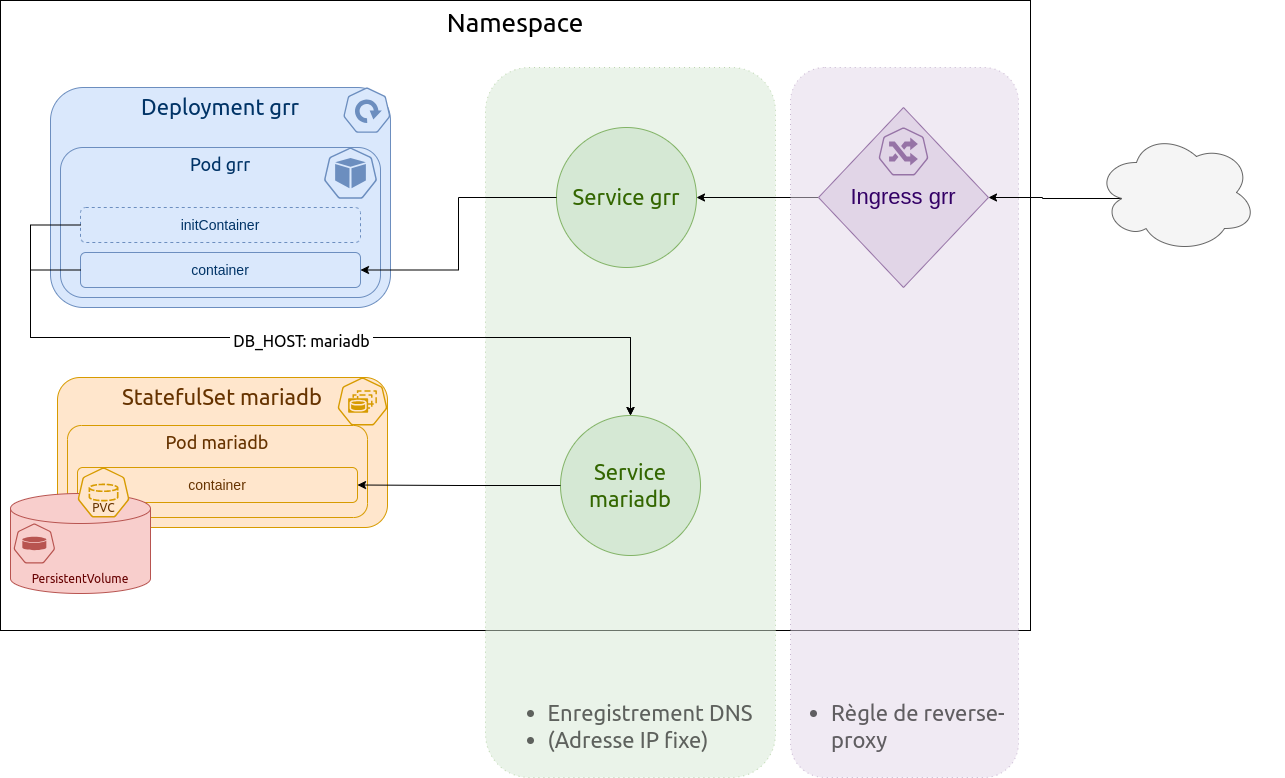
The draw.io diagram grr-architecture.png in youn21/grr-kubernetes, before a commit. Source tidied: cells renumbered, new cells last; positions are measured from the earlier drawing's top-left corner, leaving out a move shared by most shapes.
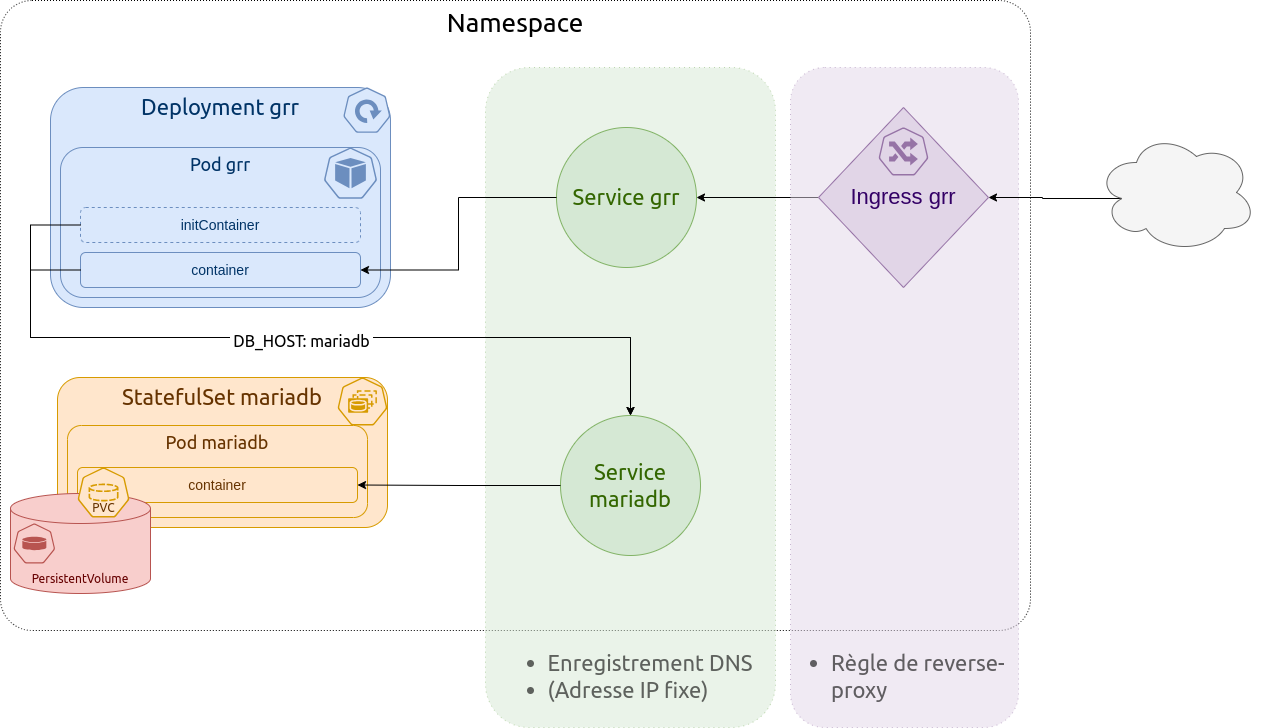
The same file after the commit.

Commit message:
update grr architecture

Change to the diagram source:
```diff
@@ -2,11 +2,11 @@
   <root>
     <mxCell id="0" />
     <mxCell id="1" parent="0" />
-    <mxCell id="2" value="Namespace" style="rounded=0;whiteSpace=wrap;html=1;fontFamily=Ubuntu;fontSource=https%3A%2F%2Ffonts.googleapis.com%2Fcss%3Ffamily%3DUbuntu;fontSize=26;verticalAlign=top;" parent="1" vertex="1">
+    <mxCell id="2" value="Namespace" style="rounded=1;whiteSpace=wrap;html=1;fontFamily=Ubuntu;fontSource=https%3A%2F%2Ffonts.googleapis.com%2Fcss%3Ffamily%3DUbuntu;fontSize=26;verticalAlign=top;dashed=1;dashPattern=1 2;fillColor=none;strokeWidth=1;arcSize=5;" parent="1" vertex="1">
       <mxGeometry width="1030" height="630" as="geometry" />
     </mxCell>
     <mxCell id="3" value="&lt;ul&gt;&lt;li style=&quot;text-align: left;&quot;&gt;Enregistrement DNS&lt;/li&gt;&lt;li style=&quot;text-align: left;&quot;&gt;(Adresse IP fixe)&lt;/li&gt;&lt;/ul&gt;" style="rounded=1;whiteSpace=wrap;html=1;fillColor=#d5e8d4;strokeColor=#82b366;verticalAlign=bottom;fontFamily=Ubuntu;fontSource=https%3A%2F%2Ffonts.googleapis.com%2Fcss%3Ffamily%3DUbuntu;fontSize=22;textOpacity=60;dashed=1;dashPattern=1 4;opacity=50;" parent="1" vertex="1">
-      <mxGeometry x="485" y="67" width="290" height="710" as="geometry" />
+      <mxGeometry x="485" y="67" width="290" height="660" as="geometry" />
     </mxCell>
     <mxCell id="4" value="Service grr" style="ellipse;whiteSpace=wrap;html=1;fontFamily=Ubuntu;fontSource=https%3A%2F%2Ffonts.googleapis.com%2Fcss%3Ffamily%3DUbuntu;fontSize=22;fillColor=#d5e8d4;strokeColor=#82b366;fontColor=#336600;" parent="1" vertex="1">
       <mxGeometry x="556" y="127" width="140" height="140" as="geometry" />
@@ -104,7 +104,7 @@
       <mxGeometry x="818" y="107" width="262" height="670" as="geometry" />
     </mxCell>
     <mxCell id="31" value="&lt;ul&gt;&lt;li style=&quot;text-align: left;&quot;&gt;Règle de reverse-proxy&lt;/li&gt;&lt;/ul&gt;" style="rounded=1;whiteSpace=wrap;html=1;fillColor=#e1d5e7;strokeColor=#9673a6;verticalAlign=bottom;fontFamily=Ubuntu;fontSource=https%3A%2F%2Ffonts.googleapis.com%2Fcss%3Ffamily%3DUbuntu;fontSize=22;textOpacity=60;dashed=1;dashPattern=1 4;opacity=50;" parent="30" vertex="1">
-      <mxGeometry x="-28" y="-40" width="228" height="710" as="geometry" />
+      <mxGeometry x="-28" y="-40" width="228" height="660" as="geometry" />
     </mxCell>
     <mxCell id="32" value="Ingress grr" style="rhombus;whiteSpace=wrap;html=1;fillColor=#e1d5e7;strokeColor=#9673a6;fontSize=22;fontColor=#330066;" parent="30" vertex="1">
       <mxGeometry width="170" height="180" as="geometry" />
```
